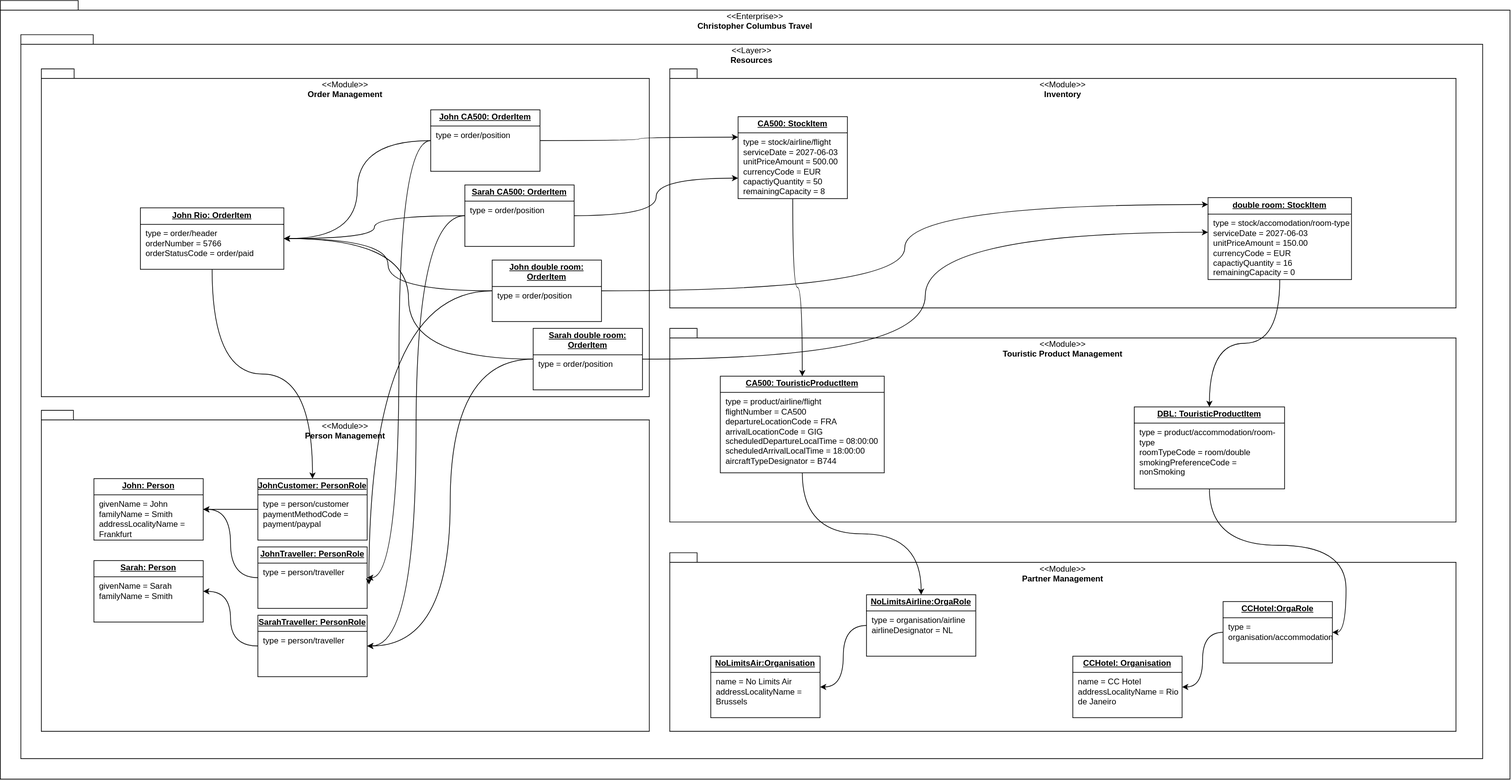
The draw.io diagram docs/architecture/entity-model/objects.svg in hochschule-darmstadt/a3se_app, before a commit. Source tidied: cells renumbered, new cells last; positions are measured from the earlier drawing's top-left corner, leaving out a move shared by most shapes.
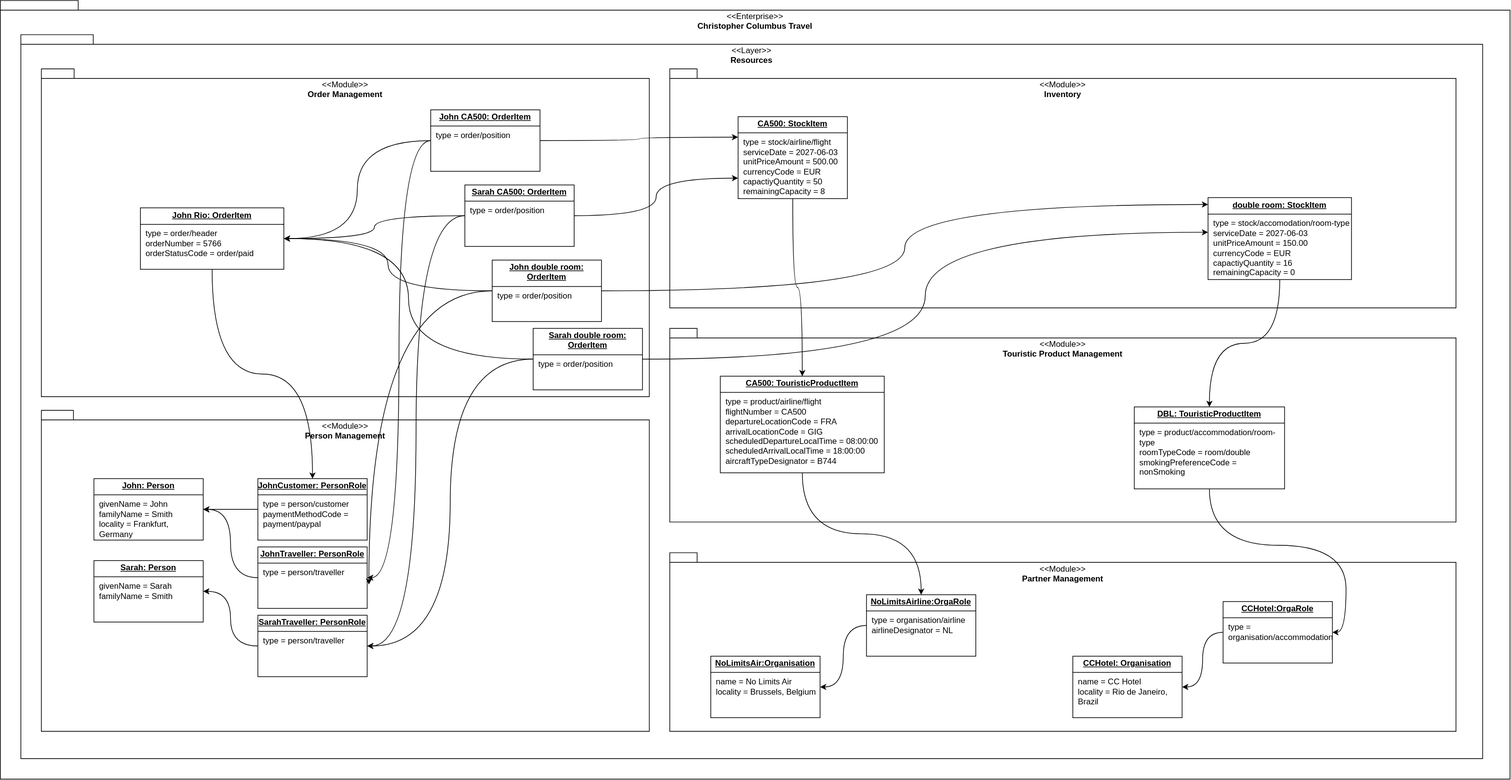
The same file after the commit.

What changed in the source:
```diff
@@ -23,7 +23,7 @@
     <mxCell id="8" value="&lt;span style=&quot;font-weight: normal;&quot;&gt;&amp;lt;&amp;lt;Module&amp;gt;&amp;gt;&lt;/span&gt;&lt;div&gt;Order Management&lt;/div&gt;" style="shape=folder;fontStyle=1;spacingTop=10;tabWidth=40;tabHeight=14;tabPosition=left;html=1;whiteSpace=wrap;align=center;verticalAlign=top;" parent="1" vertex="1">
       <mxGeometry x="60" y="100" width="890" height="480" as="geometry" />
     </mxCell>
-    <mxCell id="9" value="&lt;p style=&quot;margin:0px;margin-top:4px;text-align:center;text-decoration:underline;&quot;&gt;&lt;b&gt;John: Person&lt;/b&gt;&lt;/p&gt;&lt;hr size=&quot;1&quot; style=&quot;border-style:solid;&quot;&gt;&lt;p style=&quot;margin:0px;margin-left:8px;&quot;&gt;givenName = John&lt;br&gt;familyName = Smith&lt;br&gt;&lt;/p&gt;&lt;p style=&quot;margin:0px;margin-left:8px;&quot;&gt;addressLocalityName = Frankfurt&lt;/p&gt;" style="verticalAlign=top;align=left;overflow=fill;html=1;whiteSpace=wrap;" parent="1" vertex="1">
+    <mxCell id="9" value="&lt;p style=&quot;margin:0px;margin-top:4px;text-align:center;text-decoration:underline;&quot;&gt;&lt;b&gt;John: Person&lt;/b&gt;&lt;/p&gt;&lt;hr size=&quot;1&quot; style=&quot;border-style:solid;&quot;&gt;&lt;p style=&quot;margin:0px;margin-left:8px;&quot;&gt;givenName = John&lt;br&gt;familyName = Smith&lt;br&gt;&lt;/p&gt;&lt;p style=&quot;margin:0px;margin-left:8px;&quot;&gt;locality = Frankfurt, Germany&lt;/p&gt;" style="verticalAlign=top;align=left;overflow=fill;html=1;whiteSpace=wrap;" parent="1" vertex="1">
       <mxGeometry x="137" y="700" width="160" height="90" as="geometry" />
     </mxCell>
     <mxCell id="10" style="edgeStyle=orthogonalEdgeStyle;rounded=0;jettySize=auto;html=1;entryX=1;entryY=0.5;entryDx=0;entryDy=0;curved=1;" parent="1" edge="1" source="11" target="9">
@@ -35,7 +35,7 @@
     <mxCell id="12" value="&lt;p style=&quot;margin:0px;margin-top:4px;text-align:center;text-decoration:underline;&quot;&gt;&lt;b&gt;Sarah: Person&lt;/b&gt;&lt;/p&gt;&lt;hr size=&quot;1&quot; style=&quot;border-style:solid;&quot;&gt;&lt;p style=&quot;margin:0px;margin-left:8px;&quot;&gt;givenName = Sarah&lt;br&gt;familyName = Smith&lt;br&gt;&lt;/p&gt;" style="verticalAlign=top;align=left;overflow=fill;html=1;whiteSpace=wrap;" parent="1" vertex="1">
       <mxGeometry x="137" y="820" width="160" height="90" as="geometry" />
     </mxCell>
-    <mxCell id="13" value="&lt;p style=&quot;margin:0px;margin-top:4px;text-align:center;text-decoration:underline;&quot;&gt;&lt;b&gt;NoLimitsAir:Organisation&lt;/b&gt;&lt;/p&gt;&lt;hr size=&quot;1&quot; style=&quot;border-style:solid;&quot;&gt;&lt;p style=&quot;margin:0px;margin-left:8px;&quot;&gt;name = No Limits Air&lt;/p&gt;&lt;p style=&quot;margin:0px;margin-left:8px;&quot;&gt;addressLocalityName = Brussels&lt;/p&gt;" style="verticalAlign=top;align=left;overflow=fill;html=1;whiteSpace=wrap;" parent="1" vertex="1">
+    <mxCell id="13" value="&lt;p style=&quot;margin:0px;margin-top:4px;text-align:center;text-decoration:underline;&quot;&gt;&lt;b&gt;NoLimitsAir:Organisation&lt;/b&gt;&lt;/p&gt;&lt;hr size=&quot;1&quot; style=&quot;border-style:solid;&quot;&gt;&lt;p style=&quot;margin:0px;margin-left:8px;&quot;&gt;name = No Limits Air&lt;/p&gt;&lt;p style=&quot;margin:0px;margin-left:8px;&quot;&gt;locality = Brussels, Belgium&lt;/p&gt;" style="verticalAlign=top;align=left;overflow=fill;html=1;whiteSpace=wrap;" parent="1" vertex="1">
       <mxGeometry x="1040" y="960" width="160" height="90" as="geometry" />
     </mxCell>
     <mxCell id="14" style="edgeStyle=orthogonalEdgeStyle;rounded=0;jettySize=auto;html=1;entryX=0.5;entryY=0;entryDx=0;entryDy=0;curved=1;" parent="1" edge="1" source="15" target="17">
@@ -62,7 +62,7 @@
     <mxCell id="21" value="&lt;p style=&quot;margin:0px;margin-top:4px;text-align:center;text-decoration:underline;&quot;&gt;&lt;b&gt;SarahTraveller: PersonRole&lt;/b&gt;&lt;/p&gt;&lt;hr size=&quot;1&quot; style=&quot;border-style:solid;&quot;&gt;&lt;p style=&quot;margin:0px;margin-left:8px;&quot;&gt;type = person/traveller&lt;/p&gt;" style="verticalAlign=top;align=left;overflow=fill;html=1;whiteSpace=wrap;" parent="1" vertex="1">
       <mxGeometry x="377" y="900" width="160" height="90" as="geometry" />
     </mxCell>
-    <mxCell id="22" value="&lt;p style=&quot;margin:0px;margin-top:4px;text-align:center;text-decoration:underline;&quot;&gt;&lt;b&gt;CCHotel: Organisation&lt;/b&gt;&lt;/p&gt;&lt;hr size=&quot;1&quot; style=&quot;border-style:solid;&quot;&gt;&lt;p style=&quot;margin:0px;margin-left:8px;&quot;&gt;name = CC Hotel&lt;/p&gt;&lt;p style=&quot;margin:0px;margin-left:8px;&quot;&gt;addressLocalityName = Rio de Janeiro&lt;/p&gt;" style="verticalAlign=top;align=left;overflow=fill;html=1;whiteSpace=wrap;" parent="1" vertex="1">
+    <mxCell id="22" value="&lt;p style=&quot;margin:0px;margin-top:4px;text-align:center;text-decoration:underline;&quot;&gt;&lt;b&gt;CCHotel: Organisation&lt;/b&gt;&lt;/p&gt;&lt;hr size=&quot;1&quot; style=&quot;border-style:solid;&quot;&gt;&lt;p style=&quot;margin:0px;margin-left:8px;&quot;&gt;name = CC Hotel&lt;/p&gt;&lt;p style=&quot;margin:0px;margin-left:8px;&quot;&gt;locality = Rio de Janeiro, Brazil&lt;/p&gt;" style="verticalAlign=top;align=left;overflow=fill;html=1;whiteSpace=wrap;" parent="1" vertex="1">
       <mxGeometry x="1570" y="960" width="160" height="90" as="geometry" />
     </mxCell>
     <mxCell id="23" style="edgeStyle=orthogonalEdgeStyle;rounded=0;jettySize=auto;html=1;entryX=0.5;entryY=0;entryDx=0;entryDy=0;curved=1;" parent="1" edge="1" source="24" target="15">
```
